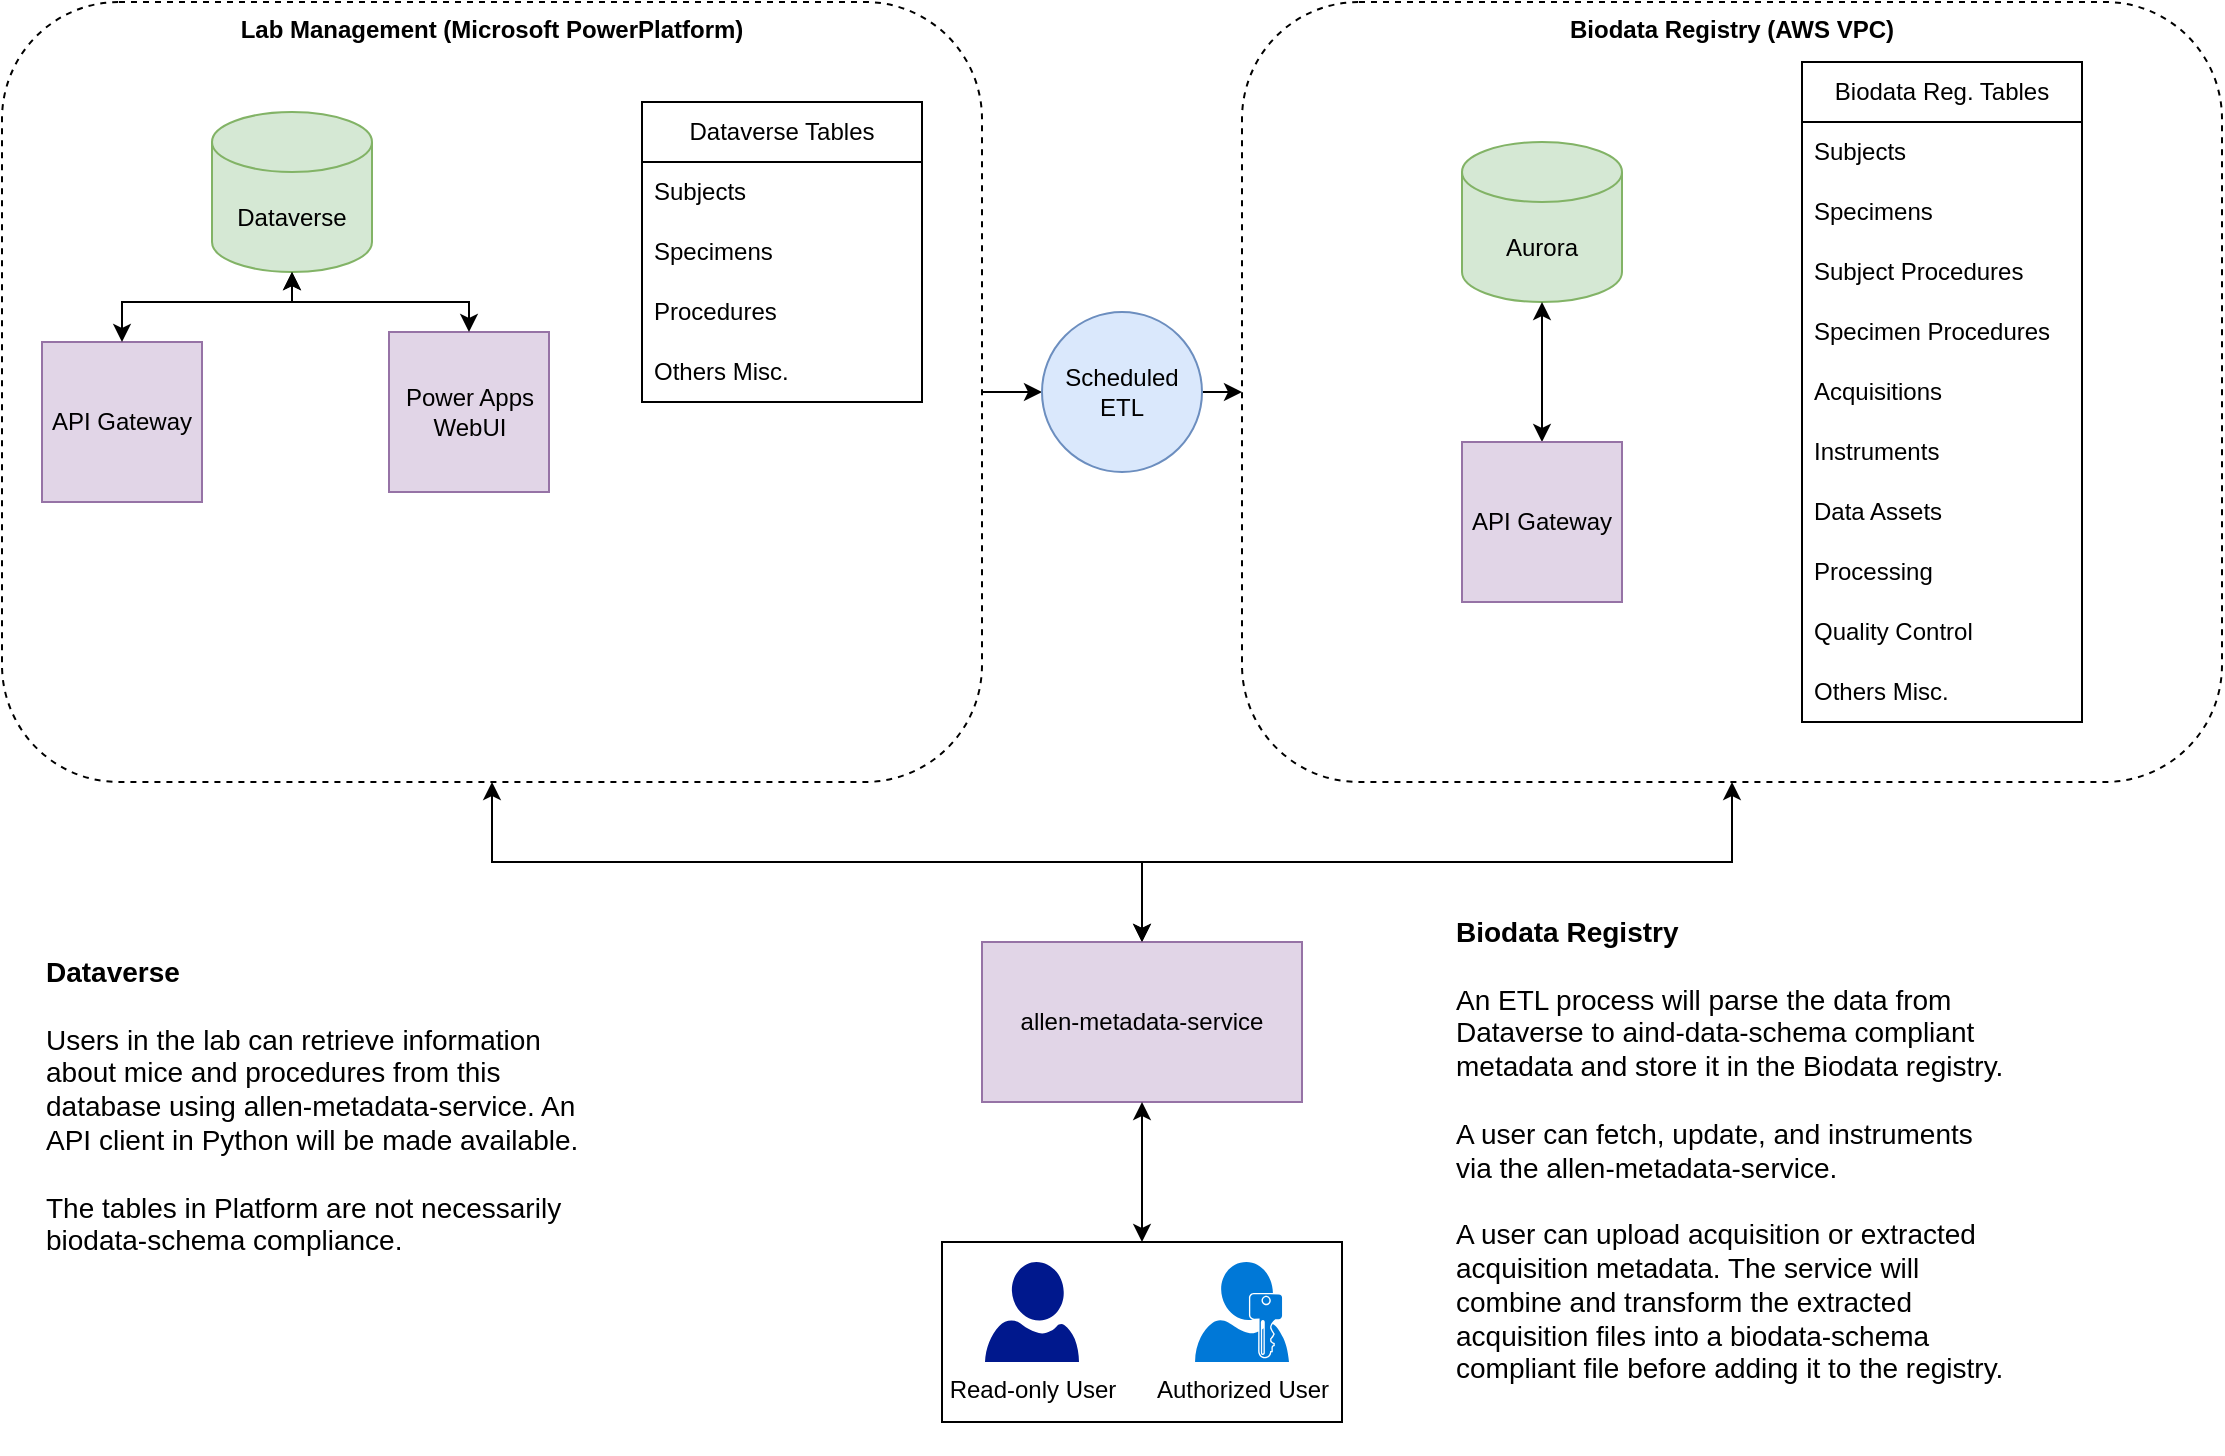
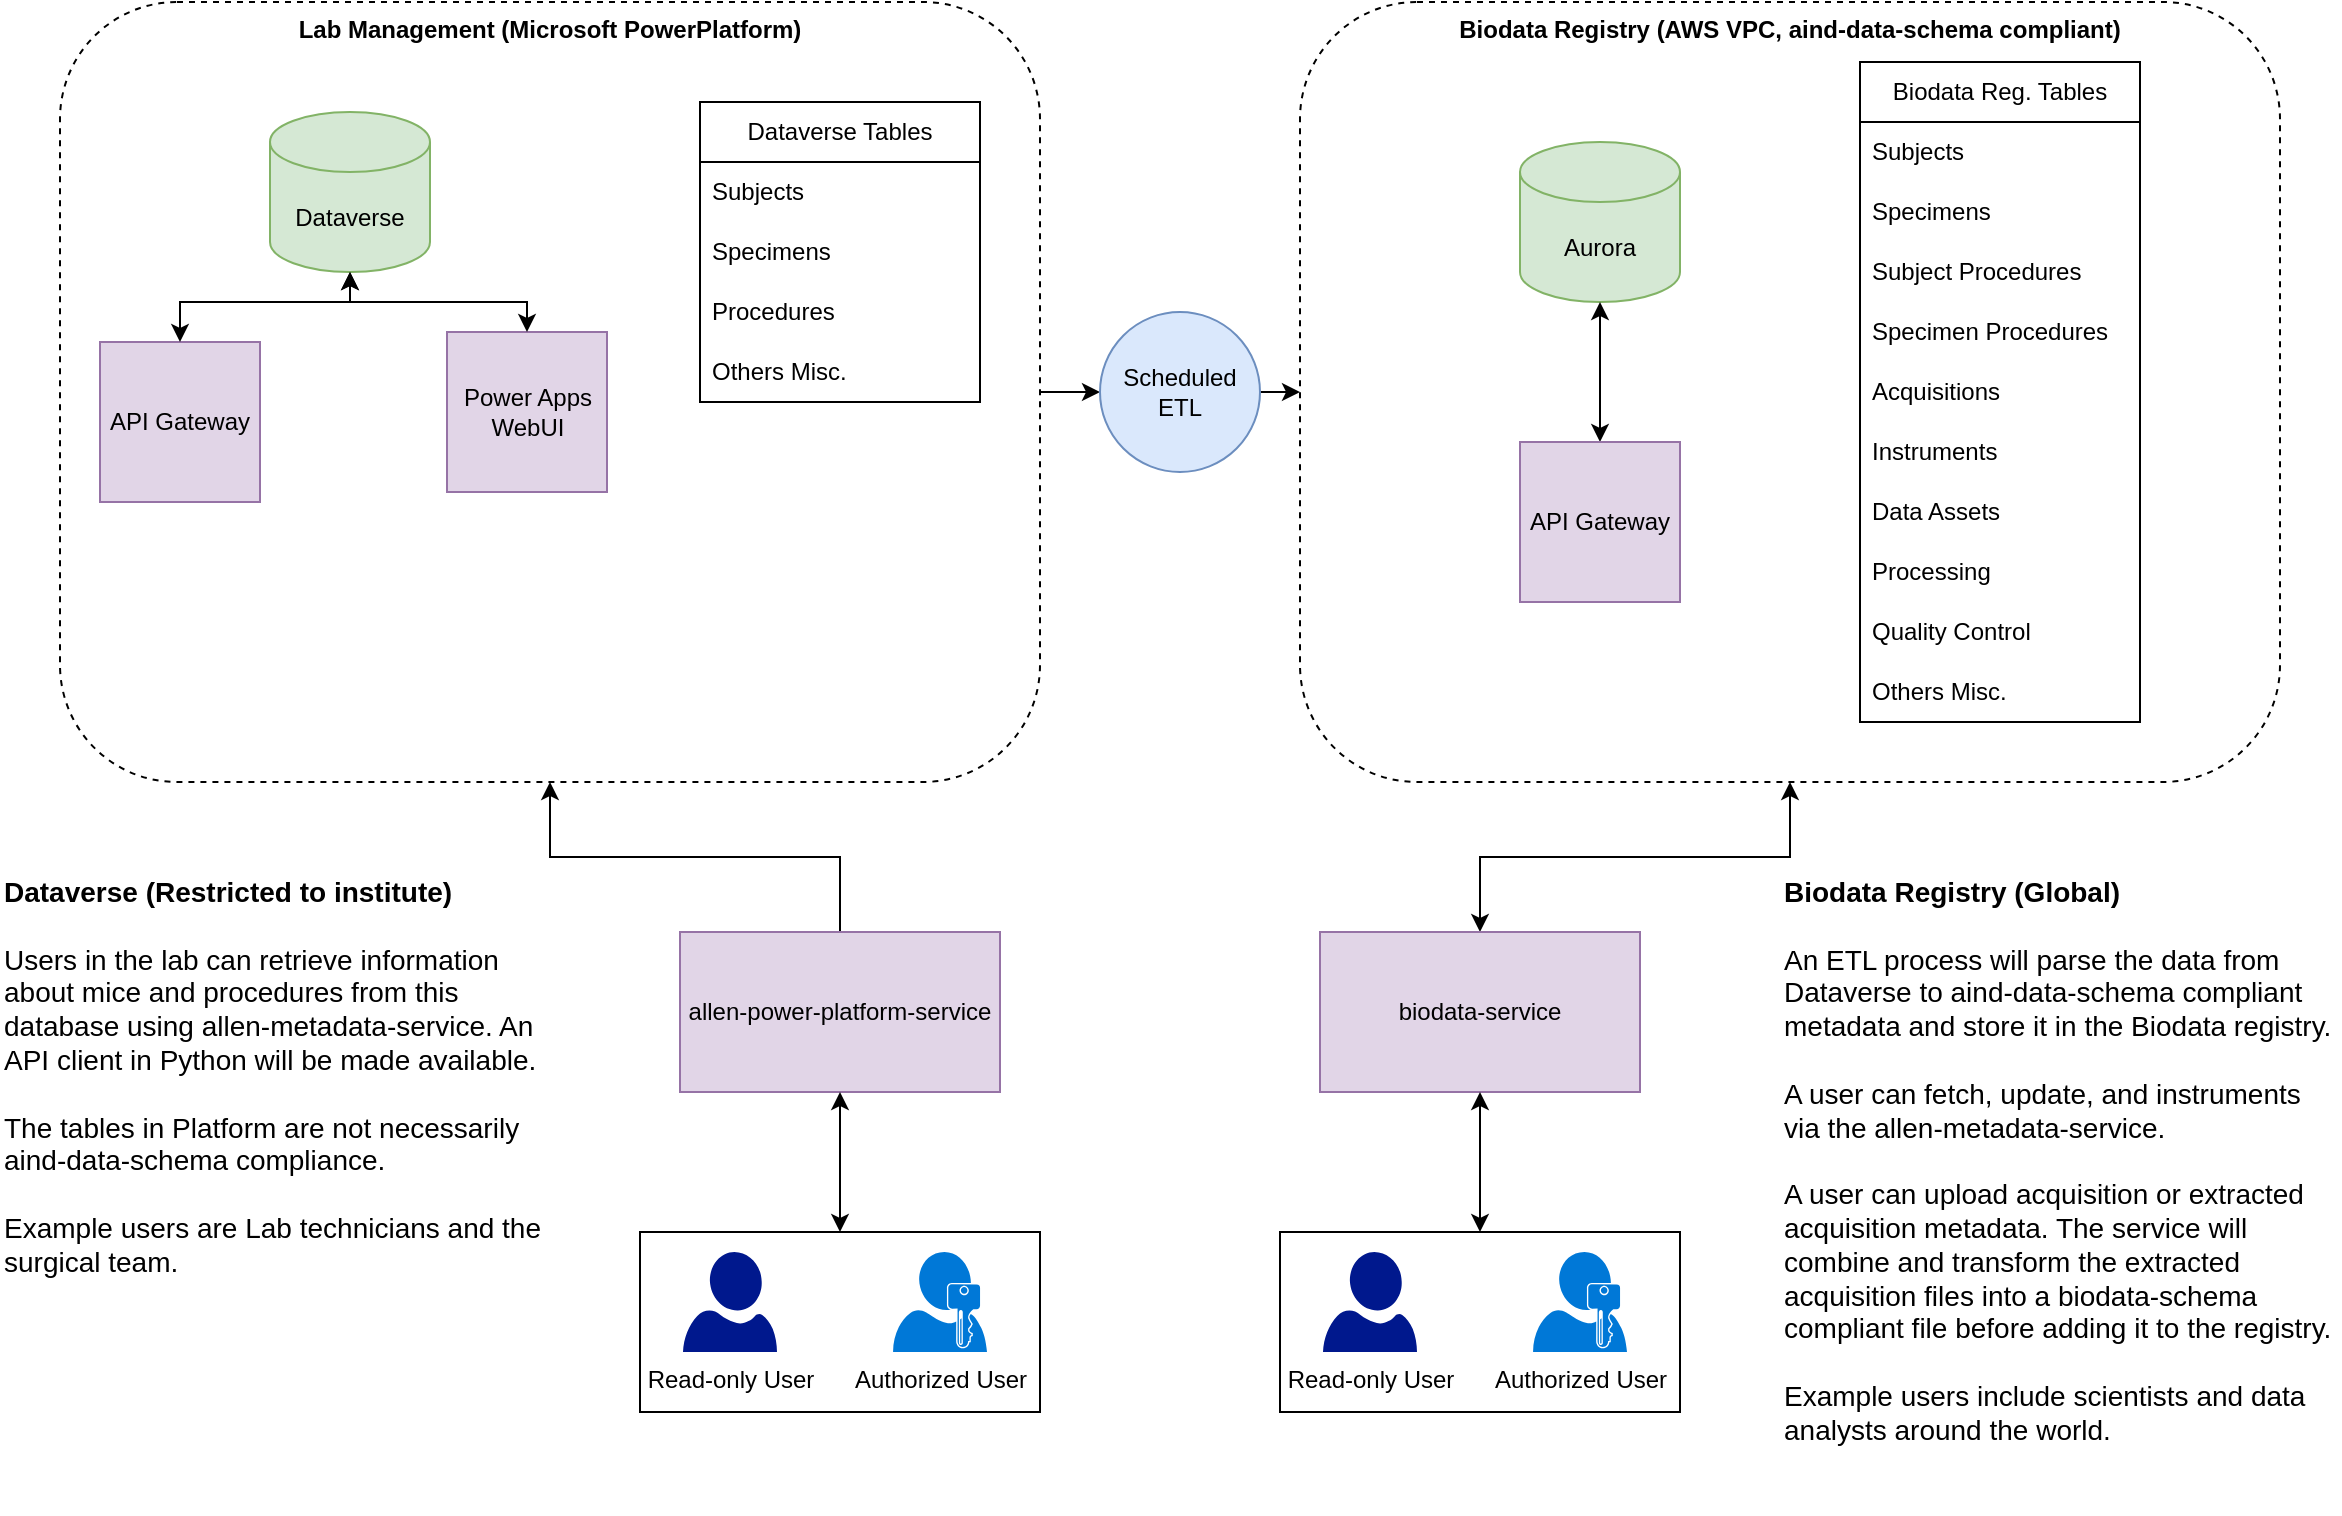
<mxfile host="app.diagrams.net" agent="Mozilla/5.0 (Windows NT 10.0; Win64; x64) AppleWebKit/537.36 (KHTML, like Gecko) draw.io/24.7.5 Chrome/126.0.6478.183 Electron/31.3.0 Safari/537.36">
  <diagram name="Overview" id="0rG7LOSmax6ssovm0o7B">
    <mxGraphModel dx="1781" dy="1353" grid="1" gridSize="10" guides="1" tooltips="1" connect="1" arrows="1" fold="1" page="1" pageScale="1" pageWidth="1200" pageHeight="400" math="0" shadow="0">
      <root>
        <mxCell id="SpeKbif7ejOxNLxw_tv2-0" />
        <mxCell id="SpeKbif7ejOxNLxw_tv2-1" parent="SpeKbif7ejOxNLxw_tv2-0" />
        <mxCell id="NNWn0GaiYbIRpi_h3Rv3-15" edge="1" parent="SpeKbif7ejOxNLxw_tv2-1" source="g4FiytadgzHE6LpxqoTA-10" style="edgeStyle=orthogonalEdgeStyle;rounded=0;orthogonalLoop=1;jettySize=auto;html=1;exitX=1;exitY=0.5;exitDx=0;exitDy=0;entryX=0;entryY=0.5;entryDx=0;entryDy=0;" target="NNWn0GaiYbIRpi_h3Rv3-13">
          <mxGeometry relative="1" as="geometry" />
        </mxCell>
        <mxCell id="g4FiytadgzHE6LpxqoTA-10" parent="SpeKbif7ejOxNLxw_tv2-1" style="rounded=1;whiteSpace=wrap;html=1;fillColor=default;dashed=1;verticalAlign=top;" value="&lt;b&gt;Lab Management (Microsoft PowerPlatform)&lt;/b&gt;" vertex="1">
          <mxGeometry height="390" width="490" x="50" y="-360" as="geometry" />
        </mxCell>
        <mxCell id="pGpL98z0K4RyB47vs40O-3" parent="SpeKbif7ejOxNLxw_tv2-1" style="rounded=0;whiteSpace=wrap;html=1;fillColor=#e1d5e7;strokeColor=#9673a6;" value="API Gateway" vertex="1">
          <mxGeometry height="80" width="80" x="70" y="-190" as="geometry" />
        </mxCell>
        <mxCell id="pGpL98z0K4RyB47vs40O-4" parent="SpeKbif7ejOxNLxw_tv2-1" style="rounded=0;whiteSpace=wrap;html=1;fillColor=#e1d5e7;strokeColor=#9673a6;" value="&lt;div&gt;Power Apps&lt;/div&gt;&lt;div&gt;WebUI&lt;br&gt;&lt;/div&gt;" vertex="1">
          <mxGeometry height="80" width="80" x="243.5" y="-195" as="geometry" />
        </mxCell>
        <mxCell id="pGpL98z0K4RyB47vs40O-10" parent="SpeKbif7ejOxNLxw_tv2-1" style="swimlane;fontStyle=0;childLayout=stackLayout;horizontal=1;startSize=30;horizontalStack=0;resizeParent=1;resizeParentMax=0;resizeLast=0;collapsible=1;marginBottom=0;whiteSpace=wrap;html=1;" value="Dataverse Tables" vertex="1">
          <mxGeometry height="150" width="140" x="370" y="-310" as="geometry" />
        </mxCell>
        <mxCell id="8dIkek1foNe3HMmIUXin-0" parent="pGpL98z0K4RyB47vs40O-10" style="text;strokeColor=none;fillColor=none;align=left;verticalAlign=middle;spacingLeft=4;spacingRight=4;overflow=hidden;points=[[0,0.5],[1,0.5]];portConstraint=eastwest;rotatable=0;whiteSpace=wrap;html=1;" value="Subjects" vertex="1">
          <mxGeometry height="30" width="140" y="30" as="geometry" />
        </mxCell>
        <mxCell id="8dIkek1foNe3HMmIUXin-1" parent="pGpL98z0K4RyB47vs40O-10" style="text;strokeColor=none;fillColor=none;align=left;verticalAlign=middle;spacingLeft=4;spacingRight=4;overflow=hidden;points=[[0,0.5],[1,0.5]];portConstraint=eastwest;rotatable=0;whiteSpace=wrap;html=1;" value="Specimens" vertex="1">
          <mxGeometry height="30" width="140" y="60" as="geometry" />
        </mxCell>
        <mxCell id="pGpL98z0K4RyB47vs40O-11" parent="pGpL98z0K4RyB47vs40O-10" style="text;strokeColor=none;fillColor=none;align=left;verticalAlign=middle;spacingLeft=4;spacingRight=4;overflow=hidden;points=[[0,0.5],[1,0.5]];portConstraint=eastwest;rotatable=0;whiteSpace=wrap;html=1;" value="Procedures" vertex="1">
          <mxGeometry height="30" width="140" y="90" as="geometry" />
        </mxCell>
        <mxCell id="pGpL98z0K4RyB47vs40O-19" parent="pGpL98z0K4RyB47vs40O-10" style="text;strokeColor=none;fillColor=none;align=left;verticalAlign=middle;spacingLeft=4;spacingRight=4;overflow=hidden;points=[[0,0.5],[1,0.5]];portConstraint=eastwest;rotatable=0;whiteSpace=wrap;html=1;" value="Others Misc." vertex="1">
          <mxGeometry height="30" width="140" y="120" as="geometry" />
        </mxCell>
-         <mxCell id="8dIkek1foNe3HMmIUXin-4" parent="SpeKbif7ejOxNLxw_tv2-1" style="text;html=1;whiteSpace=wrap;strokeColor=none;fillColor=none;align=left;verticalAlign=top;rounded=0;fontSize=14;" value="&lt;div&gt;&lt;b&gt;Dataverse&lt;/b&gt;&lt;br&gt;&lt;/div&gt;&lt;div&gt;&lt;br&gt;&lt;/div&gt;Users in the lab can retrieve information about mice and procedures from this database using allen-metadata-service. An API client in Python will be made available.&lt;br&gt;&lt;div&gt;&lt;br&gt;&lt;/div&gt;&lt;div&gt;The tables in Platform are not necessarily biodata-schema compliance.&lt;br&gt;&lt;/div&gt;&lt;div&gt;&lt;br&gt;&lt;/div&gt;&lt;div&gt;&lt;br&gt;&lt;/div&gt;" vertex="1">
-           <mxGeometry height="220" width="280" x="70" y="110" as="geometry" />
+         <mxCell id="8dIkek1foNe3HMmIUXin-4" parent="SpeKbif7ejOxNLxw_tv2-1" style="text;html=1;whiteSpace=wrap;strokeColor=none;fillColor=none;align=left;verticalAlign=top;rounded=0;fontSize=14;" value="&lt;div&gt;&lt;b&gt;Dataverse (Restricted to institute)&lt;/b&gt;&lt;br&gt;&lt;/div&gt;&lt;div&gt;&lt;br&gt;&lt;/div&gt;Users in the lab can retrieve information about mice and procedures from this database using allen-metadata-service. An API client in Python will be made available.&lt;br&gt;&lt;div&gt;&lt;br&gt;&lt;/div&gt;&lt;div&gt;The tables in Platform are not necessarily aind-data-schema compliance.&lt;/div&gt;&lt;div&gt;&lt;br&gt;&lt;/div&gt;&lt;div&gt;Example users are Lab technicians and the surgical team.&lt;br&gt;&lt;/div&gt;&lt;div&gt;&lt;br&gt;&lt;/div&gt;&lt;div&gt;&lt;br&gt;&lt;/div&gt;" vertex="1">
+           <mxGeometry height="220" width="280" x="20" y="70" as="geometry" />
        </mxCell>
        <mxCell id="8dIkek1foNe3HMmIUXin-5" parent="SpeKbif7ejOxNLxw_tv2-1" style="shape=cylinder3;whiteSpace=wrap;html=1;boundedLbl=1;backgroundOutline=1;size=15;fillColor=#d5e8d4;strokeColor=#82b366;" value="Dataverse" vertex="1">
          <mxGeometry height="80" width="80" x="155" y="-305" as="geometry" />
        </mxCell>
        <mxCell id="8dIkek1foNe3HMmIUXin-7" edge="1" parent="SpeKbif7ejOxNLxw_tv2-1" source="pGpL98z0K4RyB47vs40O-3" style="edgeStyle=orthogonalEdgeStyle;rounded=0;orthogonalLoop=1;jettySize=auto;html=1;exitX=0.5;exitY=0;exitDx=0;exitDy=0;entryX=0.5;entryY=1;entryDx=0;entryDy=0;entryPerimeter=0;startArrow=classic;startFill=1;" target="8dIkek1foNe3HMmIUXin-5">
          <mxGeometry relative="1" as="geometry">
            <Array as="points">
              <mxPoint x="110" y="-210" />
              <mxPoint x="195" y="-210" />
            </Array>
          </mxGeometry>
        </mxCell>
        <mxCell id="8dIkek1foNe3HMmIUXin-8" edge="1" parent="SpeKbif7ejOxNLxw_tv2-1" source="pGpL98z0K4RyB47vs40O-4" style="edgeStyle=orthogonalEdgeStyle;rounded=0;orthogonalLoop=1;jettySize=auto;html=1;exitX=0.5;exitY=0;exitDx=0;exitDy=0;entryX=0.5;entryY=1;entryDx=0;entryDy=0;entryPerimeter=0;startArrow=classic;startFill=1;" target="8dIkek1foNe3HMmIUXin-5">
          <mxGeometry relative="1" as="geometry">
            <Array as="points">
              <mxPoint x="284" y="-210" />
              <mxPoint x="195" y="-210" />
            </Array>
          </mxGeometry>
        </mxCell>
        <mxCell id="NNWn0GaiYbIRpi_h3Rv3-18" edge="1" parent="SpeKbif7ejOxNLxw_tv2-1" source="8dIkek1foNe3HMmIUXin-9" style="edgeStyle=orthogonalEdgeStyle;rounded=0;orthogonalLoop=1;jettySize=auto;html=1;exitX=0.5;exitY=0;exitDx=0;exitDy=0;entryX=0.5;entryY=1;entryDx=0;entryDy=0;startArrow=classic;startFill=1;" target="NNWn0GaiYbIRpi_h3Rv3-0">
          <mxGeometry relative="1" as="geometry" />
        </mxCell>
-         <mxCell id="8dIkek1foNe3HMmIUXin-9" parent="SpeKbif7ejOxNLxw_tv2-1" style="rounded=0;whiteSpace=wrap;html=1;fillColor=#e1d5e7;strokeColor=#9673a6;" value="allen-metadata-service" vertex="1">
-           <mxGeometry height="80" width="160" x="540" y="110" as="geometry" />
+         <mxCell id="8dIkek1foNe3HMmIUXin-9" parent="SpeKbif7ejOxNLxw_tv2-1" style="rounded=0;whiteSpace=wrap;html=1;fillColor=#e1d5e7;strokeColor=#9673a6;" value="biodata-service" vertex="1">
+           <mxGeometry height="80" width="160" x="680" y="105" as="geometry" />
        </mxCell>
        <mxCell id="8dIkek1foNe3HMmIUXin-19" connectable="0" parent="SpeKbif7ejOxNLxw_tv2-1" style="group" value="" vertex="1">
-           <mxGeometry height="90" width="200" x="520" y="260" as="geometry" />
+           <mxGeometry height="90" width="200" x="660" y="255" as="geometry" />
        </mxCell>
        <mxCell id="8dIkek1foNe3HMmIUXin-15" parent="8dIkek1foNe3HMmIUXin-19" style="rounded=0;whiteSpace=wrap;html=1;" value="" vertex="1">
          <mxGeometry height="90" width="200" as="geometry" />
        </mxCell>
        <mxCell id="8dIkek1foNe3HMmIUXin-13" parent="8dIkek1foNe3HMmIUXin-19" style="sketch=0;aspect=fixed;pointerEvents=1;shadow=0;dashed=0;html=1;strokeColor=none;labelPosition=center;verticalLabelPosition=bottom;verticalAlign=top;align=center;fillColor=#00188D;shape=mxgraph.azure.user" value="Read-only User" vertex="1">
          <mxGeometry height="50" width="47" x="21.5" y="10" as="geometry" />
        </mxCell>
        <mxCell id="8dIkek1foNe3HMmIUXin-14" parent="8dIkek1foNe3HMmIUXin-19" style="sketch=0;aspect=fixed;pointerEvents=1;shadow=0;dashed=0;html=1;strokeColor=none;labelPosition=center;verticalLabelPosition=bottom;verticalAlign=top;align=center;shape=mxgraph.mscae.enterprise.user_permissions;fillColor=#0078D7;" value="Authorized User" vertex="1">
          <mxGeometry height="50" width="47" x="126.5" y="10" as="geometry" />
        </mxCell>
-         <mxCell id="NNWn0GaiYbIRpi_h3Rv3-0" parent="SpeKbif7ejOxNLxw_tv2-1" style="rounded=1;whiteSpace=wrap;html=1;fillColor=default;dashed=1;verticalAlign=top;" value="&lt;b&gt;Biodata Registry (AWS VPC)&lt;/b&gt;" vertex="1">
+         <mxCell id="NNWn0GaiYbIRpi_h3Rv3-0" parent="SpeKbif7ejOxNLxw_tv2-1" style="rounded=1;whiteSpace=wrap;html=1;fillColor=default;dashed=1;verticalAlign=top;" value="&lt;b&gt;Biodata Registry (AWS VPC, aind-data-schema compliant)&lt;/b&gt;" vertex="1">
          <mxGeometry height="390" width="490" x="670" y="-360" as="geometry" />
        </mxCell>
        <mxCell id="NNWn0GaiYbIRpi_h3Rv3-1" parent="SpeKbif7ejOxNLxw_tv2-1" style="shape=cylinder3;whiteSpace=wrap;html=1;boundedLbl=1;backgroundOutline=1;size=15;fillColor=#d5e8d4;strokeColor=#82b366;" value="Aurora" vertex="1">
          <mxGeometry height="80" width="80" x="780" y="-290" as="geometry" />
        </mxCell>
        <mxCell id="NNWn0GaiYbIRpi_h3Rv3-21" edge="1" parent="SpeKbif7ejOxNLxw_tv2-1" source="NNWn0GaiYbIRpi_h3Rv3-2" style="edgeStyle=orthogonalEdgeStyle;rounded=0;orthogonalLoop=1;jettySize=auto;html=1;exitX=0.5;exitY=0;exitDx=0;exitDy=0;startArrow=classic;startFill=1;" target="NNWn0GaiYbIRpi_h3Rv3-1">
          <mxGeometry relative="1" as="geometry" />
        </mxCell>
        <mxCell id="NNWn0GaiYbIRpi_h3Rv3-2" parent="SpeKbif7ejOxNLxw_tv2-1" style="rounded=0;whiteSpace=wrap;html=1;fillColor=#e1d5e7;strokeColor=#9673a6;" value="API Gateway" vertex="1">
          <mxGeometry height="80" width="80" x="780" y="-140" as="geometry" />
        </mxCell>
        <mxCell id="NNWn0GaiYbIRpi_h3Rv3-3" parent="SpeKbif7ejOxNLxw_tv2-1" style="swimlane;fontStyle=0;childLayout=stackLayout;horizontal=1;startSize=30;horizontalStack=0;resizeParent=1;resizeParentMax=0;resizeLast=0;collapsible=1;marginBottom=0;whiteSpace=wrap;html=1;" value="Biodata Reg. Tables" vertex="1">
          <mxGeometry height="330" width="140" x="950" y="-330" as="geometry" />
        </mxCell>
        <mxCell id="NNWn0GaiYbIRpi_h3Rv3-4" parent="NNWn0GaiYbIRpi_h3Rv3-3" style="text;strokeColor=none;fillColor=none;align=left;verticalAlign=middle;spacingLeft=4;spacingRight=4;overflow=hidden;points=[[0,0.5],[1,0.5]];portConstraint=eastwest;rotatable=0;whiteSpace=wrap;html=1;" value="Subjects" vertex="1">
          <mxGeometry height="30" width="140" y="30" as="geometry" />
        </mxCell>
        <mxCell id="NNWn0GaiYbIRpi_h3Rv3-5" parent="NNWn0GaiYbIRpi_h3Rv3-3" style="text;strokeColor=none;fillColor=none;align=left;verticalAlign=middle;spacingLeft=4;spacingRight=4;overflow=hidden;points=[[0,0.5],[1,0.5]];portConstraint=eastwest;rotatable=0;whiteSpace=wrap;html=1;" value="Specimens" vertex="1">
          <mxGeometry height="30" width="140" y="60" as="geometry" />
        </mxCell>
        <mxCell id="NNWn0GaiYbIRpi_h3Rv3-6" parent="NNWn0GaiYbIRpi_h3Rv3-3" style="text;strokeColor=none;fillColor=none;align=left;verticalAlign=middle;spacingLeft=4;spacingRight=4;overflow=hidden;points=[[0,0.5],[1,0.5]];portConstraint=eastwest;rotatable=0;whiteSpace=wrap;html=1;" value="Subject Procedures" vertex="1">
          <mxGeometry height="30" width="140" y="90" as="geometry" />
        </mxCell>
        <mxCell id="NNWn0GaiYbIRpi_h3Rv3-7" parent="NNWn0GaiYbIRpi_h3Rv3-3" style="text;strokeColor=none;fillColor=none;align=left;verticalAlign=middle;spacingLeft=4;spacingRight=4;overflow=hidden;points=[[0,0.5],[1,0.5]];portConstraint=eastwest;rotatable=0;whiteSpace=wrap;html=1;" value="Specimen Procedures" vertex="1">
          <mxGeometry height="30" width="140" y="120" as="geometry" />
        </mxCell>
        <mxCell id="NNWn0GaiYbIRpi_h3Rv3-8" parent="NNWn0GaiYbIRpi_h3Rv3-3" style="text;strokeColor=none;fillColor=none;align=left;verticalAlign=middle;spacingLeft=4;spacingRight=4;overflow=hidden;points=[[0,0.5],[1,0.5]];portConstraint=eastwest;rotatable=0;whiteSpace=wrap;html=1;" value="Acquisitions" vertex="1">
          <mxGeometry height="30" width="140" y="150" as="geometry" />
        </mxCell>
        <mxCell id="NNWn0GaiYbIRpi_h3Rv3-9" parent="NNWn0GaiYbIRpi_h3Rv3-3" style="text;strokeColor=none;fillColor=none;align=left;verticalAlign=middle;spacingLeft=4;spacingRight=4;overflow=hidden;points=[[0,0.5],[1,0.5]];portConstraint=eastwest;rotatable=0;whiteSpace=wrap;html=1;" value="Instruments" vertex="1">
          <mxGeometry height="30" width="140" y="180" as="geometry" />
        </mxCell>
        <mxCell id="NNWn0GaiYbIRpi_h3Rv3-10" parent="NNWn0GaiYbIRpi_h3Rv3-3" style="text;strokeColor=none;fillColor=none;align=left;verticalAlign=middle;spacingLeft=4;spacingRight=4;overflow=hidden;points=[[0,0.5],[1,0.5]];portConstraint=eastwest;rotatable=0;whiteSpace=wrap;html=1;" value="Data Assets" vertex="1">
          <mxGeometry height="30" width="140" y="210" as="geometry" />
        </mxCell>
        <mxCell id="NNWn0GaiYbIRpi_h3Rv3-11" parent="NNWn0GaiYbIRpi_h3Rv3-3" style="text;strokeColor=none;fillColor=none;align=left;verticalAlign=middle;spacingLeft=4;spacingRight=4;overflow=hidden;points=[[0,0.5],[1,0.5]];portConstraint=eastwest;rotatable=0;whiteSpace=wrap;html=1;" value="Processing" vertex="1">
          <mxGeometry height="30" width="140" y="240" as="geometry" />
        </mxCell>
        <mxCell id="NNWn0GaiYbIRpi_h3Rv3-22" parent="NNWn0GaiYbIRpi_h3Rv3-3" style="text;strokeColor=none;fillColor=none;align=left;verticalAlign=middle;spacingLeft=4;spacingRight=4;overflow=hidden;points=[[0,0.5],[1,0.5]];portConstraint=eastwest;rotatable=0;whiteSpace=wrap;html=1;" value="Quality Control" vertex="1">
          <mxGeometry height="30" width="140" y="270" as="geometry" />
        </mxCell>
        <mxCell id="NNWn0GaiYbIRpi_h3Rv3-12" parent="NNWn0GaiYbIRpi_h3Rv3-3" style="text;strokeColor=none;fillColor=none;align=left;verticalAlign=middle;spacingLeft=4;spacingRight=4;overflow=hidden;points=[[0,0.5],[1,0.5]];portConstraint=eastwest;rotatable=0;whiteSpace=wrap;html=1;" value="Others Misc." vertex="1">
          <mxGeometry height="30" width="140" y="300" as="geometry" />
        </mxCell>
        <mxCell id="NNWn0GaiYbIRpi_h3Rv3-16" edge="1" parent="SpeKbif7ejOxNLxw_tv2-1" source="NNWn0GaiYbIRpi_h3Rv3-13" style="edgeStyle=orthogonalEdgeStyle;rounded=0;orthogonalLoop=1;jettySize=auto;html=1;exitX=1;exitY=0.5;exitDx=0;exitDy=0;entryX=0;entryY=0.5;entryDx=0;entryDy=0;" target="NNWn0GaiYbIRpi_h3Rv3-0">
          <mxGeometry relative="1" as="geometry" />
        </mxCell>
        <mxCell id="NNWn0GaiYbIRpi_h3Rv3-13" parent="SpeKbif7ejOxNLxw_tv2-1" style="ellipse;whiteSpace=wrap;html=1;fillColor=#dae8fc;strokeColor=#6c8ebf;" value="&lt;div&gt;Scheduled&lt;/div&gt;&lt;div&gt;ETL&lt;br&gt;&lt;/div&gt;" vertex="1">
          <mxGeometry height="80" width="80" x="570" y="-205" as="geometry" />
        </mxCell>
-         <mxCell id="NNWn0GaiYbIRpi_h3Rv3-17" edge="1" parent="SpeKbif7ejOxNLxw_tv2-1" source="8dIkek1foNe3HMmIUXin-9" style="edgeStyle=orthogonalEdgeStyle;rounded=0;orthogonalLoop=1;jettySize=auto;html=1;exitX=0.5;exitY=0;exitDx=0;exitDy=0;entryX=0.5;entryY=1;entryDx=0;entryDy=0;startArrow=classic;startFill=1;" target="g4FiytadgzHE6LpxqoTA-10">
-           <mxGeometry relative="1" as="geometry" />
-         </mxCell>
        <mxCell id="NNWn0GaiYbIRpi_h3Rv3-19" edge="1" parent="SpeKbif7ejOxNLxw_tv2-1" source="8dIkek1foNe3HMmIUXin-15" style="edgeStyle=orthogonalEdgeStyle;rounded=0;orthogonalLoop=1;jettySize=auto;html=1;exitX=0.5;exitY=0;exitDx=0;exitDy=0;entryX=0.5;entryY=1;entryDx=0;entryDy=0;startArrow=classic;startFill=1;" target="8dIkek1foNe3HMmIUXin-9">
          <mxGeometry relative="1" as="geometry" />
        </mxCell>
-         <mxCell id="NNWn0GaiYbIRpi_h3Rv3-20" parent="SpeKbif7ejOxNLxw_tv2-1" style="text;html=1;whiteSpace=wrap;strokeColor=none;fillColor=none;align=left;verticalAlign=top;rounded=0;fontSize=14;" value="&lt;div&gt;&lt;b&gt;Biodata Registry&lt;/b&gt;&lt;br&gt;&lt;/div&gt;&lt;div&gt;&lt;br&gt;&lt;/div&gt;&lt;div&gt;An ETL process will parse the data from Dataverse to aind-data-schema compliant metadata and store it in the Biodata registry.&lt;/div&gt;&lt;div&gt;&lt;br&gt;&lt;/div&gt;&lt;div&gt;A user can fetch, update, and instruments via the allen-metadata-service.&lt;/div&gt;&lt;div&gt;&lt;br&gt;&lt;/div&gt;&lt;div&gt;A user can upload acquisition or extracted acquisition metadata. The service will combine and transform the extracted acquisition files into a biodata-schema compliant file before adding it to the registry. &lt;br&gt;&lt;/div&gt;&lt;div&gt;&lt;br&gt;&lt;/div&gt;&lt;div&gt;&lt;br&gt;&lt;/div&gt;" vertex="1">
-           <mxGeometry height="270" width="280" x="775" y="90" as="geometry" />
+         <mxCell id="NNWn0GaiYbIRpi_h3Rv3-20" parent="SpeKbif7ejOxNLxw_tv2-1" style="text;html=1;whiteSpace=wrap;strokeColor=none;fillColor=none;align=left;verticalAlign=top;rounded=0;fontSize=14;" value="&lt;div&gt;&lt;b&gt;Biodata Registry (Global)&lt;/b&gt;&lt;br&gt;&lt;/div&gt;&lt;div&gt;&lt;br&gt;&lt;/div&gt;&lt;div&gt;An ETL process will parse the data from Dataverse to aind-data-schema compliant metadata and store it in the Biodata registry.&lt;/div&gt;&lt;div&gt;&lt;br&gt;&lt;/div&gt;&lt;div&gt;A user can fetch, update, and instruments via the allen-metadata-service.&lt;/div&gt;&lt;div&gt;&lt;br&gt;&lt;/div&gt;&lt;div&gt;A user can upload acquisition or extracted acquisition metadata. The service will combine and transform the extracted acquisition files into a biodata-schema compliant file before adding it to the registry. &lt;br&gt;&lt;/div&gt;&lt;div&gt;&lt;br&gt;&lt;/div&gt;&lt;div&gt;Example users include scientists and data analysts around the world.&lt;br&gt;&lt;/div&gt;&lt;div&gt;&lt;br&gt;&lt;/div&gt;&lt;div&gt;&lt;br&gt;&lt;/div&gt;" vertex="1">
+           <mxGeometry height="290" width="280" x="910" y="70" as="geometry" />
+         </mxCell>
+         <mxCell id="TZZ-q6qVBz4xrK9BKbXU-6" edge="1" parent="SpeKbif7ejOxNLxw_tv2-1" source="TZZ-q6qVBz4xrK9BKbXU-0" style="edgeStyle=orthogonalEdgeStyle;rounded=0;orthogonalLoop=1;jettySize=auto;html=1;exitX=0.5;exitY=0;exitDx=0;exitDy=0;entryX=0.5;entryY=1;entryDx=0;entryDy=0;" target="g4FiytadgzHE6LpxqoTA-10">
+           <mxGeometry relative="1" as="geometry" />
+         </mxCell>
+         <mxCell id="TZZ-q6qVBz4xrK9BKbXU-0" parent="SpeKbif7ejOxNLxw_tv2-1" style="rounded=0;whiteSpace=wrap;html=1;fillColor=#e1d5e7;strokeColor=#9673a6;" value="allen-power-platform-service" vertex="1">
+           <mxGeometry height="80" width="160" x="360" y="105" as="geometry" />
+         </mxCell>
+         <mxCell id="TZZ-q6qVBz4xrK9BKbXU-1" connectable="0" parent="SpeKbif7ejOxNLxw_tv2-1" style="group" value="" vertex="1">
+           <mxGeometry height="90" width="200" x="340" y="255" as="geometry" />
+         </mxCell>
+         <mxCell id="TZZ-q6qVBz4xrK9BKbXU-2" parent="TZZ-q6qVBz4xrK9BKbXU-1" style="rounded=0;whiteSpace=wrap;html=1;" value="" vertex="1">
+           <mxGeometry height="90" width="200" as="geometry" />
+         </mxCell>
+         <mxCell id="TZZ-q6qVBz4xrK9BKbXU-3" parent="TZZ-q6qVBz4xrK9BKbXU-1" style="sketch=0;aspect=fixed;pointerEvents=1;shadow=0;dashed=0;html=1;strokeColor=none;labelPosition=center;verticalLabelPosition=bottom;verticalAlign=top;align=center;fillColor=#00188D;shape=mxgraph.azure.user" value="Read-only User" vertex="1">
+           <mxGeometry height="50" width="47" x="21.5" y="10" as="geometry" />
+         </mxCell>
+         <mxCell id="TZZ-q6qVBz4xrK9BKbXU-4" parent="TZZ-q6qVBz4xrK9BKbXU-1" style="sketch=0;aspect=fixed;pointerEvents=1;shadow=0;dashed=0;html=1;strokeColor=none;labelPosition=center;verticalLabelPosition=bottom;verticalAlign=top;align=center;shape=mxgraph.mscae.enterprise.user_permissions;fillColor=#0078D7;" value="Authorized User" vertex="1">
+           <mxGeometry height="50" width="47" x="126.5" y="10" as="geometry" />
+         </mxCell>
+         <mxCell id="TZZ-q6qVBz4xrK9BKbXU-5" edge="1" parent="SpeKbif7ejOxNLxw_tv2-1" source="TZZ-q6qVBz4xrK9BKbXU-2" style="edgeStyle=orthogonalEdgeStyle;rounded=0;orthogonalLoop=1;jettySize=auto;html=1;exitX=0.5;exitY=0;exitDx=0;exitDy=0;entryX=0.5;entryY=1;entryDx=0;entryDy=0;startArrow=classic;startFill=1;" target="TZZ-q6qVBz4xrK9BKbXU-0">
+           <mxGeometry relative="1" as="geometry" />
        </mxCell>
      </root>
    </mxGraphModel>
  </diagram>
</mxfile>
